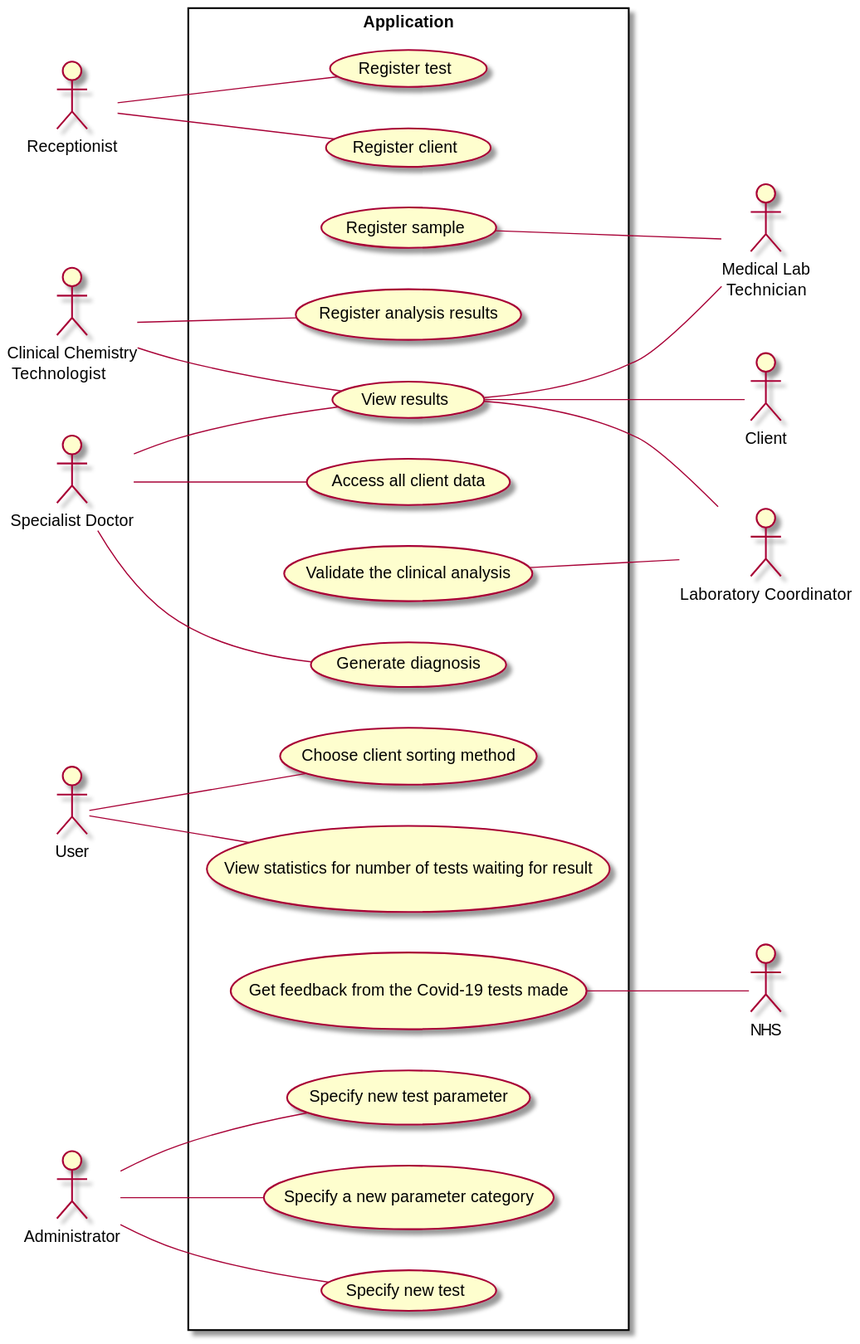
MadDinosaur/ISEP-LAPR2 keeps this PlantUML diagram as docs/SprintA/UCD.svg. Above is the earlier version.
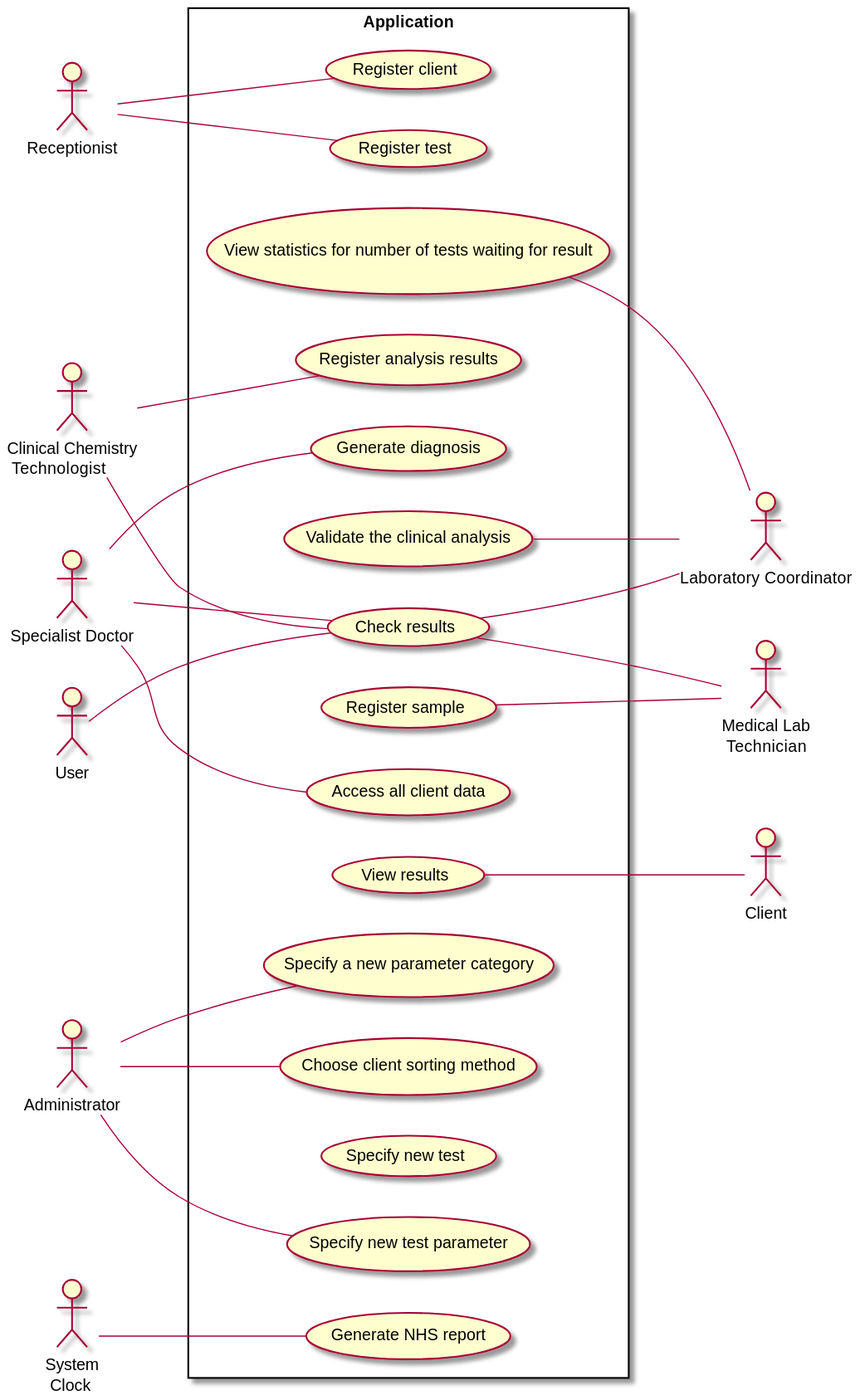
The same file after the commit.

Commit message:
Updated Use Case Diagram.

The edit, as a diff of the source:
```diff
@@ -9,8 +9,8 @@
 :Laboratory Coordinator: as LC
 :User:
 :Client:
-:NHS:
 :Administrator:
+:System\n Clock: as Clock
 
 package Application {
     (Register test) as UC1
@@ -21,12 +21,13 @@
     (Choose client sorting method) as UC6
     (Validate the clinical analysis) as UC7
     (View results) as UC8
-    (View statistics for number of tests waiting for result) as UC9
-    (Access all client data) as UC10
-    (Get feedback from the Covid-19 tests made) as UC11
-    (Specify new test) as UC12
-    (Specify new test parameter) as UC13
-    (Specify a new parameter category) as UC14
+    (Check results) as UC9
+    (View statistics for number of tests waiting for result) as UC10
+    (Access all client data) as UC11
+    (Generate NHS report) as UC12
+    (Specify new test) as UC13
+    (Specify new test parameter) as UC14
+    (Specify a new parameter category) as UC15
 }
 
 Receptionist -- UC1
@@ -34,17 +35,17 @@
 UC3 -- MLT
 CCT -- UC4
 Doctor -- UC5
-User -- UC6
+Administrator -- UC6
 UC7 -- LC
 UC8 -- Client
-UC8 -- MLT
-CCT -- UC8
-UC8 -- LC
-Doctor -- UC8
+UC9 -- MLT
+CCT -- UC9
+UC9 -- LC
+Doctor -- UC9
 User -- UC9
-Doctor -- UC10
-UC11 -- NHS
-Administrator -- UC12
-Administrator -- UC13
+LC -- UC10
+Doctor -- UC11
+Clock -- UC12
 Administrator -- UC14
+Administrator -- UC15
 @enduml
```
